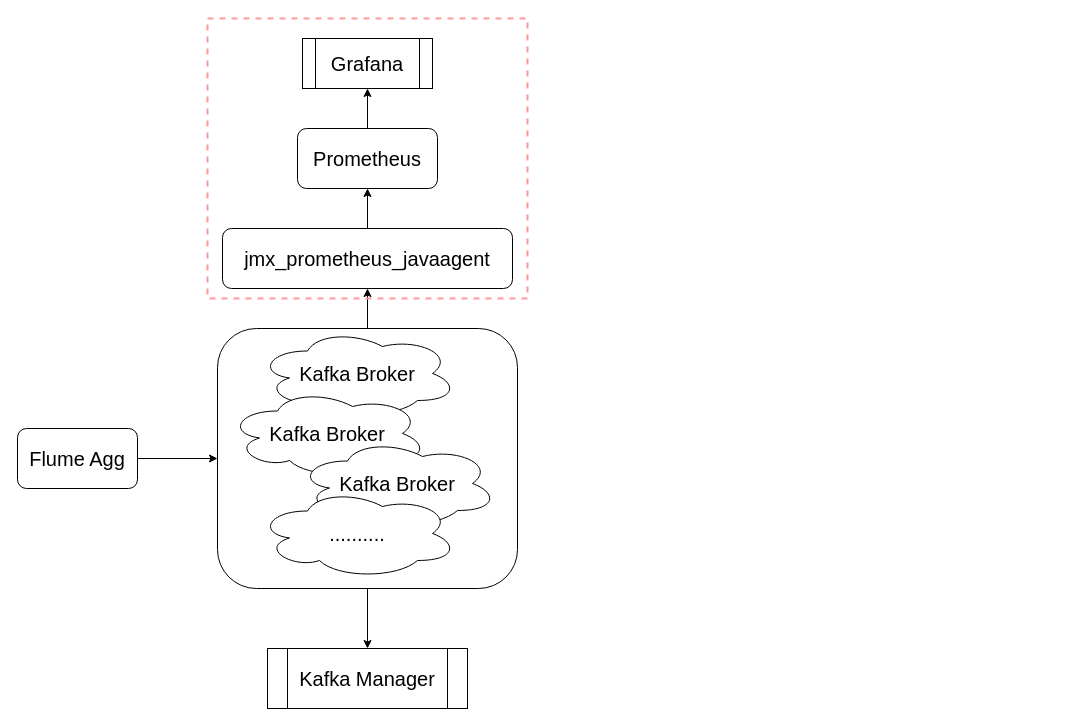
Earlier version of the draw.io diagram map/kafka-architecture.drawio (imperio-wxm/draw). Source tidied: cells renumbered, new cells numbered last; positions are measured from the earlier drawing's top-left corner, leaving out a move shared by most shapes. Both pictures are drawn from the tidied source at 100%, with x=0, y=0 at pixel (17, 18).
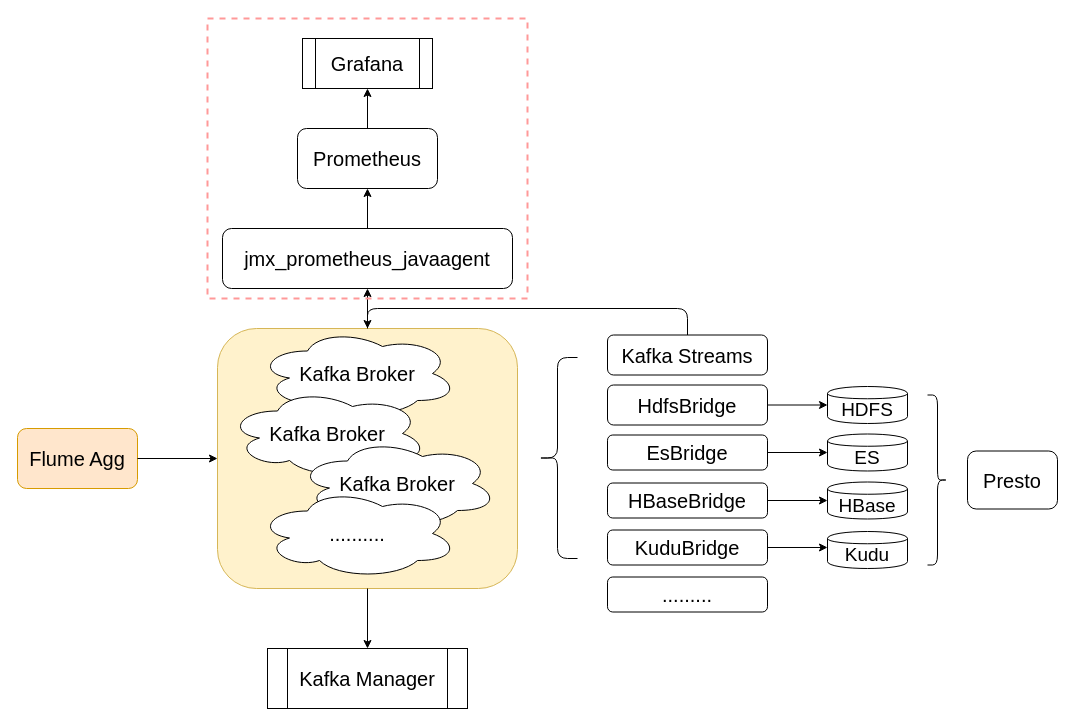
The same page after the edit.

The edit, as a diff of the source:
```diff
@@
+    <mxCell id="14" style="rounded=1;whiteSpace=wrap;html=1;strokeColor=#d6b656;strokeWidth=1;fillColor=#fff2cc;" parent="1" vertex="1">
+      <mxGeometry x="200" y="310" width="300" height="260" as="geometry" />
+    </mxCell>
@@
-    <mxCell id="14" style="rounded=1;whiteSpace=wrap;html=1;strokeColor=#000000;strokeWidth=1;fillColor=none;" parent="1" vertex="1">
-      <mxGeometry x="200" y="310" width="300" height="260" as="geometry" />
-    </mxCell>
@@
-    <mxCell id="16" value="&lt;font style=&quot;font-size: 20px&quot;&gt;Flume Agg&lt;/font&gt;" style="rounded=1;whiteSpace=wrap;html=1;strokeColor=#000000;strokeWidth=1;fillColor=none;" parent="1" vertex="1">
+    <mxCell id="16" value="&lt;font style=&quot;font-size: 20px&quot;&gt;Flume Agg&lt;/font&gt;" style="rounded=1;whiteSpace=wrap;html=1;strokeColor=#d79b00;strokeWidth=1;fillColor=#ffe6cc;" parent="1" vertex="1">
       <mxGeometry y="410" width="120" height="60" as="geometry" />
     </mxCell>
@@
+    <mxCell id="18" style="shape=curlyBracket;whiteSpace=wrap;html=1;rounded=1;strokeColor=#000000;strokeWidth=1;fillColor=none;" parent="1" vertex="1">
+      <mxGeometry x="520" y="339" width="40" height="201" as="geometry" />
+    </mxCell>
+    <mxCell id="19" value="&lt;font style=&quot;font-size: 20px&quot;&gt;Kafka Streams&lt;/font&gt;" style="rounded=1;whiteSpace=wrap;html=1;strokeColor=#000000;strokeWidth=1;fillColor=none;" parent="1" vertex="1">
+      <mxGeometry x="590" y="316.5" width="160" height="40" as="geometry" />
+    </mxCell>
+    <mxCell id="20" value="&lt;font style=&quot;font-size: 20px&quot;&gt;HdfsBridge&lt;/font&gt;" style="rounded=1;whiteSpace=wrap;html=1;strokeColor=#000000;strokeWidth=1;fillColor=none;" parent="1" vertex="1">
+      <mxGeometry x="590" y="366.5" width="160" height="40" as="geometry" />
+    </mxCell>
+    <mxCell id="21" value="&lt;font style=&quot;font-size: 20px&quot;&gt;EsBridge&lt;/font&gt;" style="rounded=1;whiteSpace=wrap;html=1;strokeColor=#000000;strokeWidth=1;fillColor=none;" parent="1" vertex="1">
+      <mxGeometry x="590" y="416.5" width="160" height="35" as="geometry" />
+    </mxCell>
+    <mxCell id="22" value="&lt;font style=&quot;font-size: 20px&quot;&gt;HBaseBridge&lt;/font&gt;" style="rounded=1;whiteSpace=wrap;html=1;strokeColor=#000000;strokeWidth=1;fillColor=none;" parent="1" vertex="1">
+      <mxGeometry x="590" y="464.5" width="160" height="35" as="geometry" />
+    </mxCell>
+    <mxCell id="23" value="&lt;font style=&quot;font-size: 20px&quot;&gt;KuduBridge&lt;/font&gt;" style="rounded=1;whiteSpace=wrap;html=1;strokeColor=#000000;strokeWidth=1;fillColor=none;" parent="1" vertex="1">
+      <mxGeometry x="590" y="511.5" width="160" height="35" as="geometry" />
+    </mxCell>
+    <mxCell id="24" value="&lt;font style=&quot;font-size: 20px&quot;&gt;.........&lt;/font&gt;" style="rounded=1;whiteSpace=wrap;html=1;strokeColor=#000000;strokeWidth=1;fillColor=none;" parent="1" vertex="1">
+      <mxGeometry x="590" y="558.5" width="160" height="35" as="geometry" />
+    </mxCell>
+    <mxCell id="25" style="edgeStyle=elbowEdgeStyle;elbow=vertical;endArrow=classic;html=1;entryX=0.5;entryY=0;entryDx=0;entryDy=0;" parent="1" edge="1" source="19" target="14">
+      <mxGeometry relative="1" as="geometry">
+        <Array as="points">
+          <mxPoint x="520" y="290" />
+        </Array>
+      </mxGeometry>
+    </mxCell>
+    <mxCell id="26" value="&lt;font style=&quot;font-size: 19px&quot;&gt;HDFS&lt;/font&gt;" style="shape=cylinder;whiteSpace=wrap;html=1;boundedLbl=1;backgroundOutline=1;strokeColor=#000000;strokeWidth=1;fillColor=none;" parent="1" vertex="1">
+      <mxGeometry x="810" y="368" width="80" height="37" as="geometry" />
+    </mxCell>
+    <mxCell id="27" value="&lt;font style=&quot;font-size: 19px&quot;&gt;ES&lt;/font&gt;" style="shape=cylinder;whiteSpace=wrap;html=1;boundedLbl=1;backgroundOutline=1;strokeColor=#000000;strokeWidth=1;fillColor=none;" parent="1" vertex="1">
+      <mxGeometry x="810" y="415.5" width="80" height="37" as="geometry" />
+    </mxCell>
+    <mxCell id="28" value="&lt;font style=&quot;font-size: 19px&quot;&gt;HBase&lt;/font&gt;" style="shape=cylinder;whiteSpace=wrap;html=1;boundedLbl=1;backgroundOutline=1;strokeColor=#000000;strokeWidth=1;fillColor=none;" parent="1" vertex="1">
+      <mxGeometry x="810" y="463.5" width="80" height="37" as="geometry" />
+    </mxCell>
+    <mxCell id="29" value="&lt;font style=&quot;font-size: 19px&quot;&gt;Kudu&lt;/font&gt;" style="shape=cylinder;whiteSpace=wrap;html=1;boundedLbl=1;backgroundOutline=1;strokeColor=#000000;strokeWidth=1;fillColor=none;" parent="1" vertex="1">
+      <mxGeometry x="810" y="513" width="80" height="37" as="geometry" />
+    </mxCell>
+    <mxCell id="30" style="endArrow=classic;html=1;exitX=1;exitY=0.5;exitDx=0;exitDy=0;entryX=0;entryY=0.5;entryDx=0;entryDy=0;" parent="1" edge="1" source="20" target="26">
+      <mxGeometry relative="1" as="geometry" />
+    </mxCell>
+    <mxCell id="31" style="endArrow=classic;html=1;exitX=1;exitY=0.5;exitDx=0;exitDy=0;" parent="1" edge="1" source="21" target="27">
+      <mxGeometry relative="1" as="geometry" />
+    </mxCell>
+    <mxCell id="32" style="endArrow=classic;html=1;exitX=1;exitY=0.5;exitDx=0;exitDy=0;entryX=0;entryY=0.5;entryDx=0;entryDy=0;" parent="1" edge="1" source="22" target="28">
+      <mxGeometry relative="1" as="geometry" />
+    </mxCell>
+    <mxCell id="33" style="endArrow=classic;html=1;exitX=1;exitY=0.5;exitDx=0;exitDy=0;entryX=0;entryY=0.432;entryDx=0;entryDy=0;entryPerimeter=0;" parent="1" edge="1" source="23" target="29">
+      <mxGeometry relative="1" as="geometry" />
+    </mxCell>
+    <mxCell id="34" style="shape=curlyBracket;whiteSpace=wrap;html=1;rounded=1;strokeColor=#000000;strokeWidth=1;fillColor=none;rotation=-180;" parent="1" vertex="1">
+      <mxGeometry x="910" y="376.5" width="20" height="170" as="geometry" />
+    </mxCell>
+    <mxCell id="35" value="&lt;font style=&quot;font-size: 20px&quot;&gt;Presto&lt;/font&gt;" style="rounded=1;whiteSpace=wrap;html=1;strokeColor=#000000;strokeWidth=1;fillColor=none;" parent="1" vertex="1">
+      <mxGeometry x="950" y="432.5" width="90" height="58" as="geometry" />
+    </mxCell>
```
